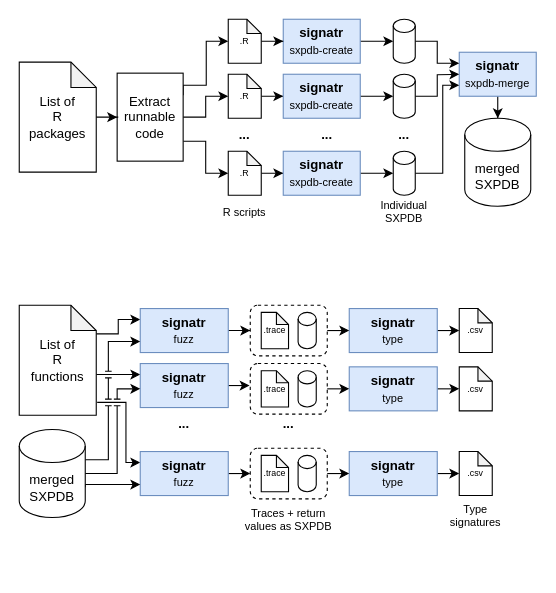
Above: code-and-figures/pipelines.drawio in reallyTG/signatr-paper (draw.io), before the change. Source tidied: cells renumbered, new cells numbered last; positions are measured from the earlier drawing's top-left corner, leaving out a move shared by most shapes. Both pictures are drawn from the tidied source at 110%, with x=0, y=0 at pixel (19, 19).
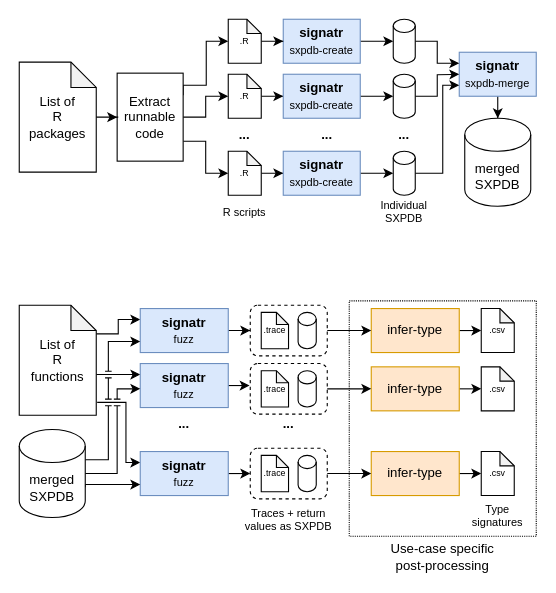
Above is the later version.

Change to the diagram source:
```diff
@@
+    <mxCell id="76" style="rounded=0;whiteSpace=wrap;html=1;fillColor=none;dashed=1;dashPattern=1 1;" parent="1" vertex="1">
+      <mxGeometry x="300" y="256" width="170" height="214" as="geometry" />
+    </mxCell>
@@
-    <mxCell id="45" value="&lt;b&gt;signatr&lt;/b&gt;&lt;br&gt;&lt;font style=&quot;font-size: 10px;&quot;&gt;type&lt;/font&gt;" style="whiteSpace=wrap;html=1;fillColor=#dae8fc;strokeColor=#6c8ebf;" parent="1" vertex="1">
-      <mxGeometry x="300" y="263" width="80" height="40" as="geometry" />
+    <mxCell id="45" value="infer-type" style="whiteSpace=wrap;html=1;fillColor=#ffe6cc;strokeColor=#d79b00;" parent="1" vertex="1">
+      <mxGeometry x="320" y="263" width="80" height="40" as="geometry" />
     </mxCell>
@@
-    <mxCell id="47" value="&lt;b&gt;signatr&lt;/b&gt;&lt;br&gt;&lt;font style=&quot;font-size: 10px;&quot;&gt;type&lt;/font&gt;" style="whiteSpace=wrap;html=1;fillColor=#dae8fc;strokeColor=#6c8ebf;" parent="1" vertex="1">
-      <mxGeometry x="300" y="316" width="80" height="40" as="geometry" />
+    <mxCell id="47" value="infer-type" style="whiteSpace=wrap;html=1;fillColor=#ffe6cc;strokeColor=#d79b00;" parent="1" vertex="1">
+      <mxGeometry x="320" y="316" width="80" height="40" as="geometry" />
     </mxCell>
@@
-    <mxCell id="49" value="&lt;b&gt;signatr&lt;/b&gt;&lt;br&gt;&lt;font style=&quot;font-size: 10px;&quot;&gt;type&lt;/font&gt;" style="whiteSpace=wrap;html=1;fillColor=#dae8fc;strokeColor=#6c8ebf;" parent="1" vertex="1">
-      <mxGeometry x="300" y="393" width="80" height="40" as="geometry" />
+    <mxCell id="49" value="infer-type" style="whiteSpace=wrap;html=1;fillColor=#ffe6cc;strokeColor=#d79b00;" parent="1" vertex="1">
+      <mxGeometry x="320" y="393" width="80" height="40" as="geometry" />
     </mxCell>
@@
     <mxCell id="65" value=".csv" style="shape=note;whiteSpace=wrap;html=1;backgroundOutline=1;darkOpacity=0.05;fontSize=8;size=13;" parent="1" vertex="1">
-      <mxGeometry x="400" y="263" width="30" height="40" as="geometry" />
+      <mxGeometry x="420" y="263" width="30" height="40" as="geometry" />
     </mxCell>
     <mxCell id="66" value=".csv" style="shape=note;whiteSpace=wrap;html=1;backgroundOutline=1;darkOpacity=0.05;fontSize=8;size=13;" parent="1" vertex="1">
-      <mxGeometry x="400" y="316" width="30" height="40" as="geometry" />
+      <mxGeometry x="420" y="316" width="30" height="40" as="geometry" />
     </mxCell>
     <mxCell id="67" value=".csv" style="shape=note;whiteSpace=wrap;html=1;backgroundOutline=1;darkOpacity=0.05;fontSize=8;size=13;" parent="1" vertex="1">
-      <mxGeometry x="400" y="393" width="30" height="40" as="geometry" />
+      <mxGeometry x="420" y="393" width="30" height="40" as="geometry" />
     </mxCell>
@@
     <mxCell id="71" value="Type&lt;br&gt;signatures" style="text;html=1;strokeColor=none;fillColor=none;align=center;verticalAlign=middle;whiteSpace=wrap;rounded=0;dashed=1;dashPattern=1 1;fontSize=10;" parent="1" vertex="1">
-      <mxGeometry x="396" y="436" width="38" height="30" as="geometry" />
+      <mxGeometry x="416" y="436" width="38" height="30" as="geometry" />
     </mxCell>
@@
+    <mxCell id="77" value="Use-case specific &lt;br&gt;post-processing" style="text;html=1;strokeColor=none;fillColor=none;align=center;verticalAlign=middle;whiteSpace=wrap;rounded=0;dashed=1;dashPattern=1 1;" parent="1" vertex="1">
+      <mxGeometry x="300" y="474" width="170" height="30" as="geometry" />
+    </mxCell>
```
